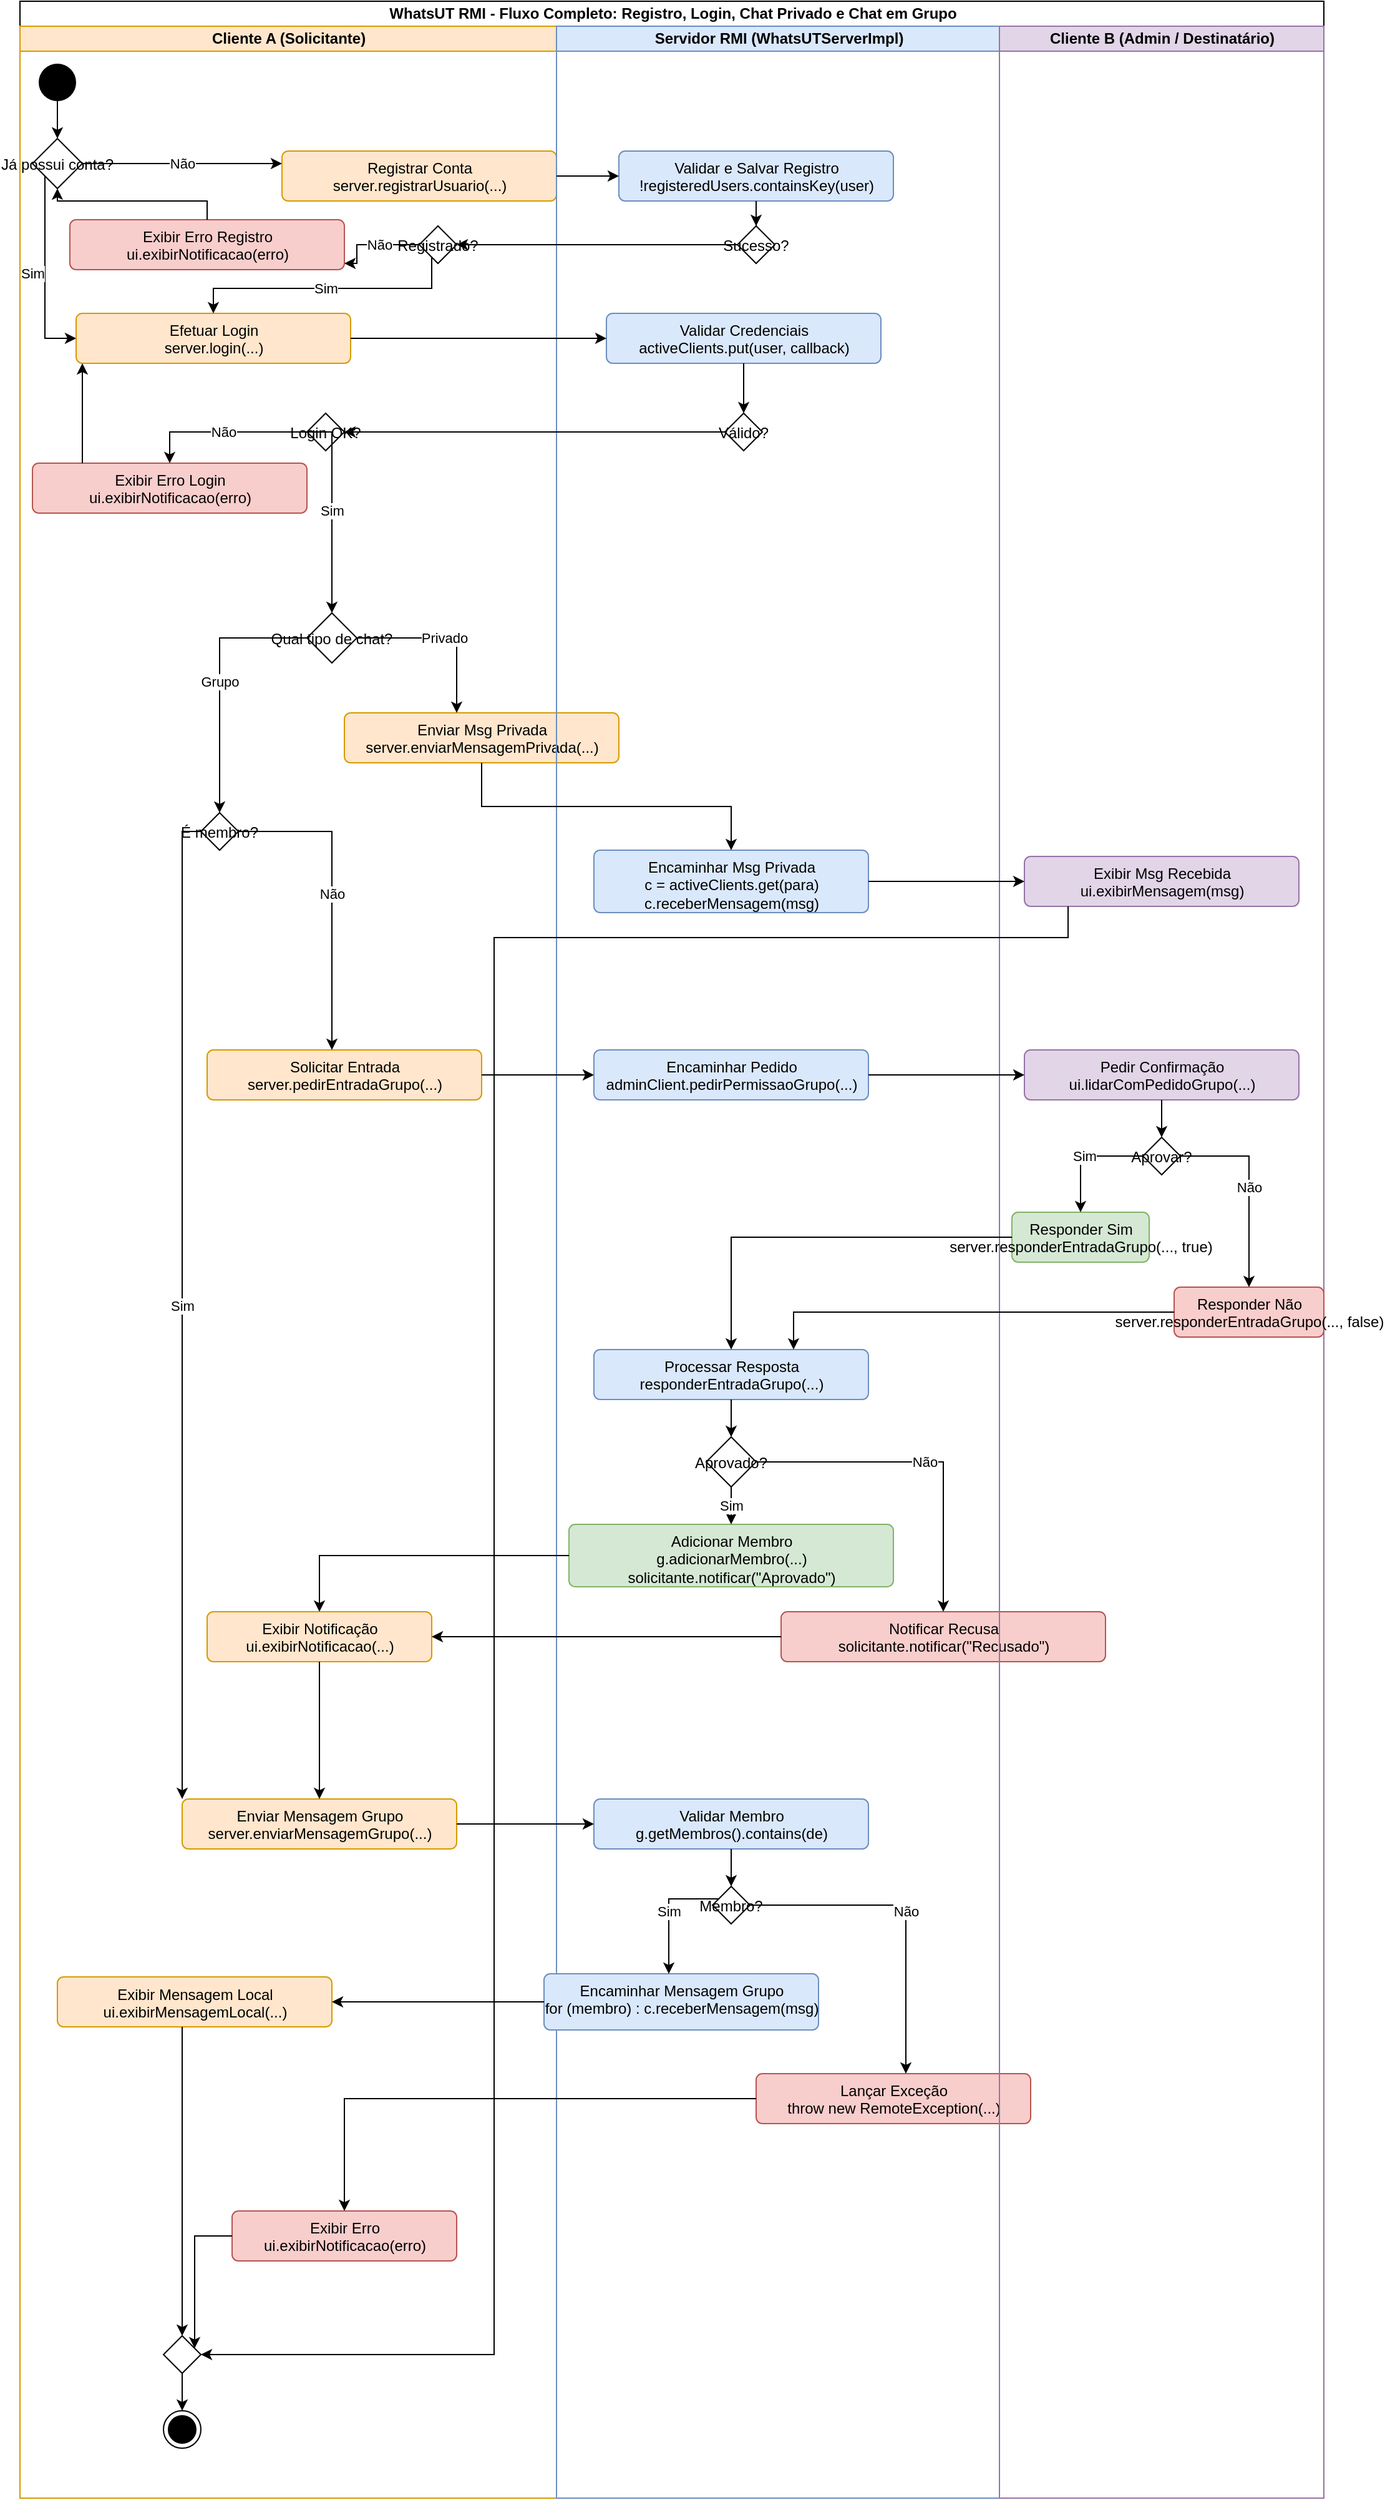
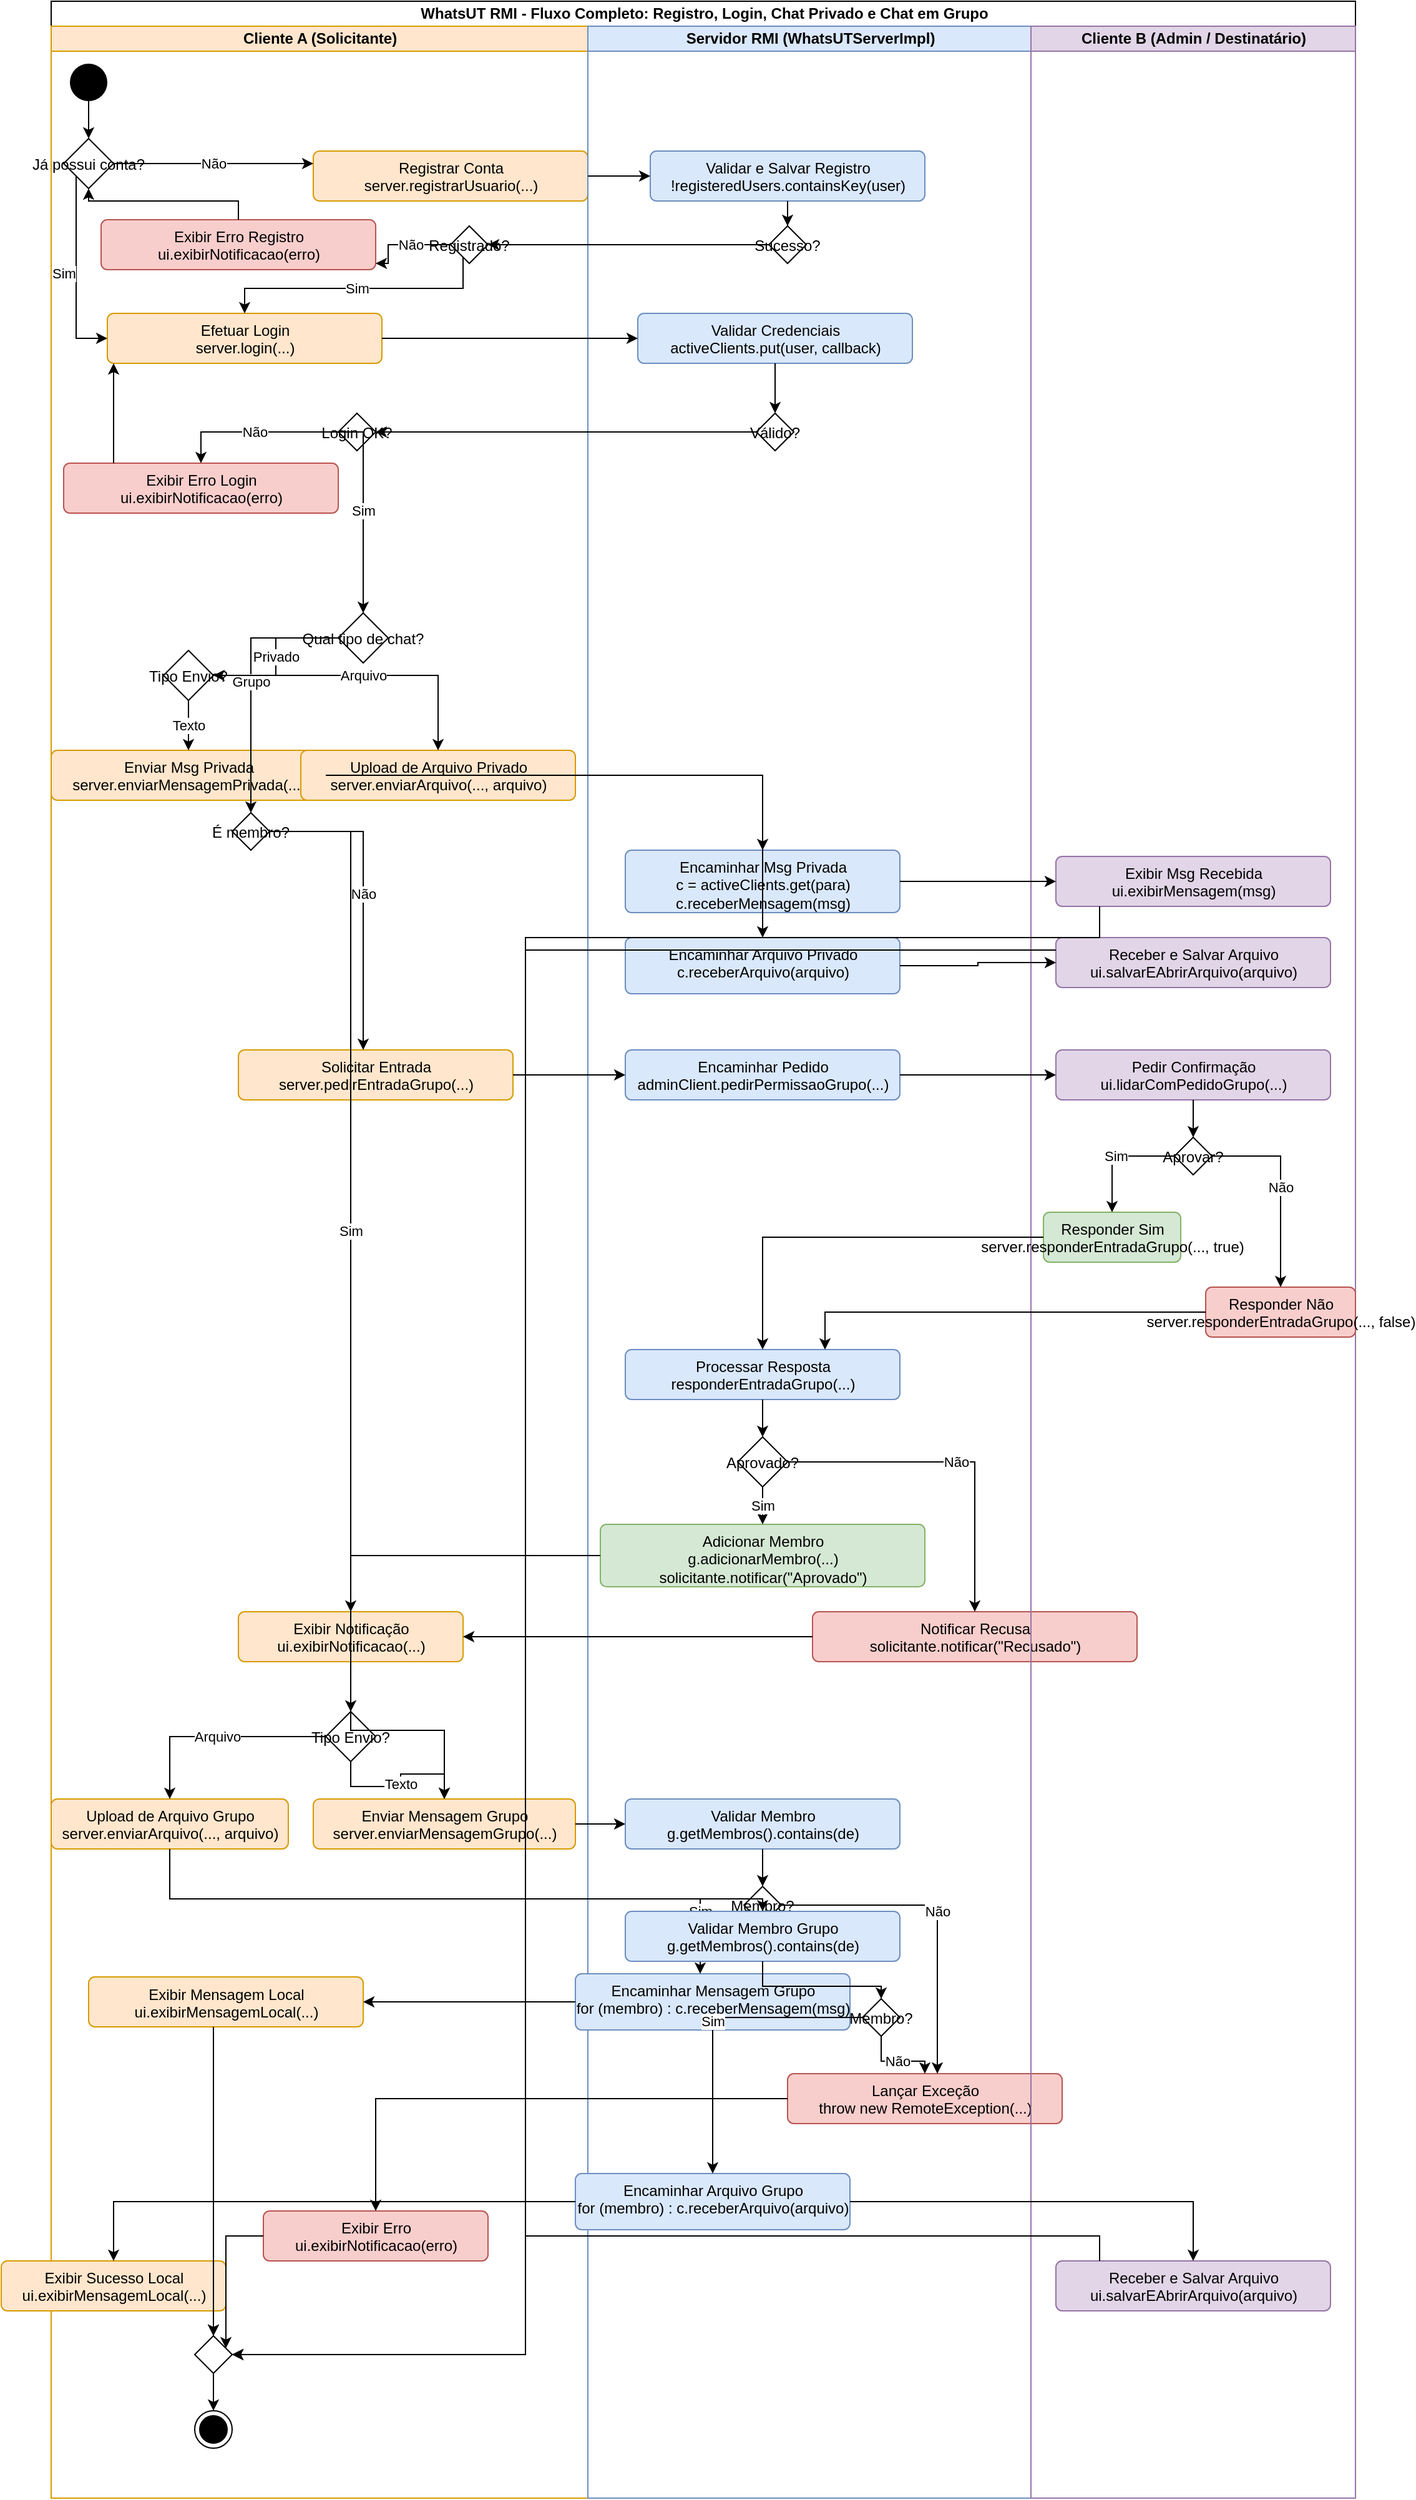
<mxfile host="65bd71144e" pages="1">
    <diagram id="whatsut_activity" name="Activity Diagram">
-         <mxGraphModel dx="949" dy="611" grid="1" gridSize="10" guides="1" tooltips="1" connect="1" arrows="1" fold="1" page="1" pageScale="1" pageWidth="900" pageHeight="2050" math="0" shadow="0">
+         <mxGraphModel dx="2016" dy="719" grid="1" gridSize="10" guides="1" tooltips="1" connect="1" arrows="1" fold="1" page="1" pageScale="1" pageWidth="900" pageHeight="2050" math="0" shadow="0">
            <root>
                <mxCell id="0"/>
                <mxCell id="1" parent="0"/>
                <mxCell id="swimlanes" value="WhatsUT RMI - Fluxo Completo: Registro, Login, Chat Privado e Chat em Grupo" style="swimlane;childLayout=stackLayout;resizeParent=1;resizeParentMax=0;startSize=20;html=1;horizontalStack=1;" parent="1" vertex="1">
                    <mxGeometry x="30" y="40" width="1045" height="2000" as="geometry"/>
                </mxCell>
                <mxCell id="lane_clientA" value="Cliente A (Solicitante)" style="swimlane;startSize=20;html=1;fillColor=#ffe6cc;strokeColor=#d79b00;" parent="swimlanes" vertex="1">
                    <mxGeometry y="20" width="430" height="1980" as="geometry"/>
                </mxCell>
                <mxCell id="actA_start" value="Start" style="ellipse;fillColor=#000000;strokeColor=none;" parent="lane_clientA" vertex="1">
                    <mxGeometry x="15" y="30" width="30" height="30" as="geometry"/>
                </mxCell>
                <mxCell id="decA_hasAccount" value="Já possui conta?" style="rhombus;" parent="lane_clientA" vertex="1">
                    <mxGeometry x="10" y="90" width="40" height="40" as="geometry"/>
                </mxCell>
                <mxCell id="actA_register" value="Registrar Conta&#xa;server.registrarUsuario(...)" style="html=1;align=center;verticalAlign=top;rounded=1;absoluteArcSize=1;arcSize=10;fillColor=#ffe6cc;strokeColor=#d79b00;" parent="lane_clientA" vertex="1">
                    <mxGeometry x="210" y="100" width="220" height="40" as="geometry"/>
                </mxCell>
                <mxCell id="decA_regOk" value="Registrado?" style="rhombus;" parent="lane_clientA" vertex="1">
                    <mxGeometry x="320" y="160" width="30" height="30" as="geometry"/>
                </mxCell>
                <mxCell id="actA_login" value="Efetuar Login&#xa;server.login(...)" style="html=1;align=center;verticalAlign=top;rounded=1;absoluteArcSize=1;arcSize=10;fillColor=#ffe6cc;strokeColor=#d79b00;" parent="lane_clientA" vertex="1">
                    <mxGeometry x="45" y="230" width="220" height="40" as="geometry"/>
                </mxCell>
                <mxCell id="decA_loginOk" value="Login OK?" style="rhombus;" parent="lane_clientA" vertex="1">
                    <mxGeometry x="230" y="310" width="30" height="30" as="geometry"/>
                </mxCell>
                <mxCell id="decA_action" value="Qual tipo de chat?" style="rhombus;" parent="lane_clientA" vertex="1">
                    <mxGeometry x="230" y="470" width="40" height="40" as="geometry"/>
                </mxCell>
                <mxCell id="actA_privMsg" value="Enviar Msg Privada&#xa;server.enviarMensagemPrivada(...)" style="html=1;align=center;verticalAlign=top;rounded=1;absoluteArcSize=1;arcSize=10;fillColor=#ffe6cc;strokeColor=#d79b00;" parent="lane_clientA" vertex="1">
-                     <mxGeometry x="260" y="550" width="220" height="40" as="geometry"/>
+                     <mxGeometry y="580" width="220" height="40" as="geometry"/>
                </mxCell>
                <mxCell id="decA_isGrpMember" value="É membro?" style="rhombus;" parent="lane_clientA" vertex="1">
                    <mxGeometry x="145" y="630" width="30" height="30" as="geometry"/>
                </mxCell>
                <mxCell id="actA_req" value="Solicitar Entrada&#xa;server.pedirEntradaGrupo(...)" style="html=1;align=center;verticalAlign=top;rounded=1;absoluteArcSize=1;arcSize=10;fillColor=#ffe6cc;strokeColor=#d79b00;" parent="lane_clientA" vertex="1">
                    <mxGeometry x="150" y="820" width="220" height="40" as="geometry"/>
                </mxCell>
                <mxCell id="actA_notify" value="Exibir Notificação&#xa;ui.exibirNotificacao(...)" style="html=1;align=center;verticalAlign=top;rounded=1;absoluteArcSize=1;arcSize=10;fillColor=#ffe6cc;strokeColor=#d79b00;" parent="lane_clientA" vertex="1">
                    <mxGeometry x="150" y="1270" width="180" height="40" as="geometry"/>
                </mxCell>
                <mxCell id="actA_msg" value="Enviar Mensagem Grupo&#xa;server.enviarMensagemGrupo(...)" style="html=1;align=center;verticalAlign=top;rounded=1;absoluteArcSize=1;arcSize=10;fillColor=#ffe6cc;strokeColor=#d79b00;" parent="lane_clientA" vertex="1">
-                     <mxGeometry x="130" y="1420" width="220" height="40" as="geometry"/>
+                     <mxGeometry x="210" y="1420" width="210" height="40" as="geometry"/>
                </mxCell>
                <mxCell id="actA_success" value="Exibir Mensagem Local&#xa;ui.exibirMensagemLocal(...)" style="html=1;align=center;verticalAlign=top;rounded=1;absoluteArcSize=1;arcSize=10;fillColor=#ffe6cc;strokeColor=#d79b00;" parent="lane_clientA" vertex="1">
                    <mxGeometry x="30" y="1562.5" width="220" height="40" as="geometry"/>
                </mxCell>
                <mxCell id="actA_error" value="Exibir Erro&#xa;ui.exibirNotificacao(erro)" style="html=1;align=center;verticalAlign=top;rounded=1;absoluteArcSize=1;arcSize=10;fillColor=#f8cecc;strokeColor=#b85450;" parent="lane_clientA" vertex="1">
                    <mxGeometry x="170" y="1750" width="180" height="40" as="geometry"/>
                </mxCell>
                <mxCell id="mergeA_end" value="" style="rhombus;" parent="lane_clientA" vertex="1">
                    <mxGeometry x="115" y="1850" width="30" height="30" as="geometry"/>
                </mxCell>
                <mxCell id="actA_end" value="End" style="ellipse;html=1;shape=endState;fillColor=#000000;strokeColor=#000000;" parent="lane_clientA" vertex="1">
                    <mxGeometry x="115" y="1910" width="30" height="30" as="geometry"/>
                </mxCell>
                <mxCell id="actA_regFail" value="Exibir Erro Registro&#xa;ui.exibirNotificacao(erro)" style="html=1;align=center;verticalAlign=top;rounded=1;absoluteArcSize=1;arcSize=10;fillColor=#f8cecc;strokeColor=#b85450;" parent="lane_clientA" vertex="1">
                    <mxGeometry x="40" y="155" width="220" height="40" as="geometry"/>
                </mxCell>
                <mxCell id="e_decRegOk_no" value="Não" style="edgeStyle=orthogonalEdgeStyle;rounded=0;orthogonalLoop=1;jettySize=auto;html=1;" parent="lane_clientA" source="decA_regOk" target="actA_regFail" edge="1">
                    <mxGeometry x="-0.1426" relative="1" as="geometry">
                        <Array as="points">
                            <mxPoint x="270" y="175"/>
                            <mxPoint x="270" y="190"/>
                        </Array>
                        <mxPoint as="offset"/>
                    </mxGeometry>
                </mxCell>
                <mxCell id="e_regFail_to_hasAccount" style="edgeStyle=orthogonalEdgeStyle;rounded=0;orthogonalLoop=1;jettySize=auto;html=1;" parent="lane_clientA" source="actA_regFail" target="decA_hasAccount" edge="1">
                    <mxGeometry relative="1" as="geometry">
                        <Array as="points">
                            <mxPoint x="150" y="140"/>
                        </Array>
                    </mxGeometry>
                </mxCell>
                <mxCell id="actA_loginFail" value="Exibir Erro Login&#xa;ui.exibirNotificacao(erro)" style="html=1;align=center;verticalAlign=top;rounded=1;absoluteArcSize=1;arcSize=10;fillColor=#f8cecc;strokeColor=#b85450;" parent="lane_clientA" vertex="1">
                    <mxGeometry x="10" y="350" width="220" height="40" as="geometry"/>
                </mxCell>
                <mxCell id="e_decLoginOk_no" value="Não" style="edgeStyle=orthogonalEdgeStyle;rounded=0;orthogonalLoop=1;jettySize=auto;html=1;" parent="lane_clientA" source="decA_loginOk" edge="1">
                    <mxGeometry relative="1" as="geometry">
                        <mxPoint x="120" y="350" as="targetPoint"/>
                        <Array as="points">
                            <mxPoint x="120" y="325"/>
                            <mxPoint x="120" y="350"/>
                        </Array>
                    </mxGeometry>
                </mxCell>
                <mxCell id="e_loginFail_to_login" style="edgeStyle=orthogonalEdgeStyle;rounded=0;orthogonalLoop=1;jettySize=auto;html=1;" parent="lane_clientA" source="actA_loginFail" target="actA_login" edge="1">
                    <mxGeometry relative="1" as="geometry">
                        <Array as="points">
                            <mxPoint x="50" y="330"/>
                            <mxPoint x="50" y="330"/>
                        </Array>
                    </mxGeometry>
                </mxCell>
                <mxCell id="e_decLoginOk_yes" value="Sim" style="edgeStyle=orthogonalEdgeStyle;rounded=0;orthogonalLoop=1;jettySize=auto;html=1;exitX=0;exitY=0.5;exitDx=0;exitDy=0;entryX=0.5;entryY=0;entryDx=0;entryDy=0;" parent="lane_clientA" source="decA_loginOk" target="decA_action" edge="1">
                    <mxGeometry relative="1" as="geometry">
                        <mxPoint x="240" y="364.97" as="sourcePoint"/>
                        <mxPoint x="140.030303030303" y="620.000303030303" as="targetPoint"/>
                        <Array as="points">
                            <mxPoint x="250" y="325"/>
                        </Array>
                    </mxGeometry>
                </mxCell>
+                 <mxCell id="decA_privChoice" value="Tipo Envio?" style="rhombus;" parent="lane_clientA" vertex="1">
+                     <mxGeometry x="90" y="500" width="40" height="40" as="geometry"/>
+                 </mxCell>
+                 <mxCell id="decA_grpChoice" value="Tipo Envio?" style="rhombus;" parent="lane_clientA" vertex="1">
+                     <mxGeometry x="220" y="1350" width="40" height="40" as="geometry"/>
+                 </mxCell>
+                 <mxCell id="actA_privFile" value="Upload de Arquivo Privado&#xa;server.enviarArquivo(..., arquivo)" style="html=1;align=center;verticalAlign=top;rounded=1;absoluteArcSize=1;arcSize=10;fillColor=#ffe6cc;strokeColor=#d79b00;" parent="lane_clientA" vertex="1">
+                     <mxGeometry x="200" y="580" width="220" height="40" as="geometry"/>
+                 </mxCell>
+                 <mxCell id="actA_grpFile" value="Upload de Arquivo Grupo&#xa;server.enviarArquivo(..., arquivo)" style="html=1;align=center;verticalAlign=top;rounded=1;absoluteArcSize=1;arcSize=10;fillColor=#ffe6cc;strokeColor=#d79b00;" parent="lane_clientA" vertex="1">
+                     <mxGeometry y="1420" width="190" height="40" as="geometry"/>
+                 </mxCell>
+                 <mxCell id="actA_successGrpFile" value="Exibir Sucesso Local&#xa;ui.exibirMensagemLocal(...)" style="html=1;align=center;verticalAlign=top;rounded=1;absoluteArcSize=1;arcSize=10;fillColor=#ffe6cc;strokeColor=#d79b00;" parent="lane_clientA" vertex="1">
+                     <mxGeometry x="-40" y="1790" width="180" height="40" as="geometry"/>
+                 </mxCell>
                <mxCell id="lane_server" value="Servidor RMI (WhatsUTServerImpl)" style="swimlane;startSize=20;html=1;fillColor=#dae8fc;strokeColor=#6c8ebf;" parent="swimlanes" vertex="1">
                    <mxGeometry x="430" y="20" width="355" height="1980" as="geometry"/>
                </mxCell>
                <mxCell id="actS_register" value="Validar e Salvar Registro&#xa;!registeredUsers.containsKey(user)" style="html=1;align=center;verticalAlign=top;rounded=1;absoluteArcSize=1;arcSize=10;fillColor=#dae8fc;strokeColor=#6c8ebf;" parent="lane_server" vertex="1">
                    <mxGeometry x="50" y="100" width="220" height="40" as="geometry"/>
                </mxCell>
                <mxCell id="decS_regOk" value="Sucesso?" style="rhombus;" parent="lane_server" vertex="1">
                    <mxGeometry x="145" y="160" width="30" height="30" as="geometry"/>
                </mxCell>
                <mxCell id="actS_login" value="Validar Credenciais&#xa;activeClients.put(user, callback)" style="html=1;align=center;verticalAlign=top;rounded=1;absoluteArcSize=1;arcSize=10;fillColor=#dae8fc;strokeColor=#6c8ebf;" parent="lane_server" vertex="1">
                    <mxGeometry x="40" y="230" width="220" height="40" as="geometry"/>
                </mxCell>
                <mxCell id="decS_loginOk" value="Válido?" style="rhombus;" parent="lane_server" vertex="1">
                    <mxGeometry x="135" y="310" width="30" height="30" as="geometry"/>
                </mxCell>
                <mxCell id="actS_forwardPriv" value="Encaminhar Msg Privada&#xa;c = activeClients.get(para)&#xa;c.receberMensagem(msg)" style="html=1;align=center;verticalAlign=top;rounded=1;absoluteArcSize=1;arcSize=10;fillColor=#dae8fc;strokeColor=#6c8ebf;" parent="lane_server" vertex="1">
                    <mxGeometry x="30" y="660" width="220" height="50" as="geometry"/>
                </mxCell>
                <mxCell id="actS_req" value="Encaminhar Pedido&#xa;adminClient.pedirPermissaoGrupo(...)" style="html=1;align=center;verticalAlign=top;rounded=1;absoluteArcSize=1;arcSize=10;fillColor=#dae8fc;strokeColor=#6c8ebf;" parent="lane_server" vertex="1">
                    <mxGeometry x="30" y="820" width="220" height="40" as="geometry"/>
                </mxCell>
                <mxCell id="actS_resp" value="Processar Resposta&#xa;responderEntradaGrupo(...)" style="html=1;align=center;verticalAlign=top;rounded=1;absoluteArcSize=1;arcSize=10;fillColor=#dae8fc;strokeColor=#6c8ebf;" parent="lane_server" vertex="1">
                    <mxGeometry x="30" y="1060" width="220" height="40" as="geometry"/>
                </mxCell>
                <mxCell id="decS_approved" value="Aprovado?" style="rhombus;" parent="lane_server" vertex="1">
                    <mxGeometry x="120" y="1130" width="40" height="40" as="geometry"/>
                </mxCell>
                <mxCell id="actS_add" value="Adicionar Membro&#xa;g.adicionarMembro(...)&#xa;solicitante.notificar(&quot;Aprovado&quot;)" style="html=1;align=center;verticalAlign=top;rounded=1;absoluteArcSize=1;arcSize=10;fillColor=#d5e8d4;strokeColor=#82b366;" parent="lane_server" vertex="1">
                    <mxGeometry x="10" y="1200" width="260" height="50" as="geometry"/>
                </mxCell>
                <mxCell id="actS_reject" value="Notificar Recusa&#xa;solicitante.notificar(&quot;Recusado&quot;)" style="html=1;align=center;verticalAlign=top;rounded=1;absoluteArcSize=1;arcSize=10;fillColor=#f8cecc;strokeColor=#b85450;" parent="lane_server" vertex="1">
                    <mxGeometry x="180" y="1270" width="260" height="40" as="geometry"/>
                </mxCell>
                <mxCell id="actS_validate" value="Validar Membro&#xa;g.getMembros().contains(de)" style="html=1;align=center;verticalAlign=top;rounded=1;absoluteArcSize=1;arcSize=10;fillColor=#dae8fc;strokeColor=#6c8ebf;" parent="lane_server" vertex="1">
                    <mxGeometry x="30" y="1420" width="220" height="40" as="geometry"/>
                </mxCell>
                <mxCell id="decS_isMember" value="Membro?" style="rhombus;" parent="lane_server" vertex="1">
                    <mxGeometry x="125" y="1490" width="30" height="30" as="geometry"/>
                </mxCell>
                <mxCell id="actS_exception" value="Lançar Exceção&#xa;throw new RemoteException(...)" style="html=1;align=center;verticalAlign=top;rounded=1;absoluteArcSize=1;arcSize=10;fillColor=#f8cecc;strokeColor=#b85450;" parent="lane_server" vertex="1">
                    <mxGeometry x="160" y="1640" width="220" height="40" as="geometry"/>
                </mxCell>
                <mxCell id="actS_forward" value="Encaminhar Mensagem Grupo&#xa;for (membro) : c.receberMensagem(msg)" style="html=1;align=center;verticalAlign=top;rounded=1;absoluteArcSize=1;arcSize=10;fillColor=#dae8fc;strokeColor=#6c8ebf;" parent="lane_server" vertex="1">
                    <mxGeometry x="-10" y="1560" width="220" height="45" as="geometry"/>
                </mxCell>
                <mxCell id="e_isMember_yes_fwd" value="Sim" style="edgeStyle=orthogonalEdgeStyle;rounded=0;orthogonalLoop=1;jettySize=auto;html=1;" parent="lane_server" source="decS_isMember" target="actS_forward" edge="1">
                    <mxGeometry relative="1" as="geometry">
                        <Array as="points">
                            <mxPoint x="90" y="1500"/>
                        </Array>
                    </mxGeometry>
                </mxCell>
+                 <mxCell id="actS_forwardPrivFile" value="Encaminhar Arquivo Privado&#xa;c.receberArquivo(arquivo)" style="html=1;align=center;verticalAlign=top;rounded=1;absoluteArcSize=1;arcSize=10;fillColor=#dae8fc;strokeColor=#6c8ebf;" parent="lane_server" vertex="1">
+                     <mxGeometry x="30" y="730" width="220" height="45" as="geometry"/>
+                 </mxCell>
+                 <mxCell id="actS_validateGrpFile" value="Validar Membro Grupo&#xa;g.getMembros().contains(de)" style="html=1;align=center;verticalAlign=top;rounded=1;absoluteArcSize=1;arcSize=10;fillColor=#dae8fc;strokeColor=#6c8ebf;" parent="lane_server" vertex="1">
+                     <mxGeometry x="30" y="1510" width="220" height="40" as="geometry"/>
+                 </mxCell>
+                 <mxCell id="decS_isGrpFileMember" value="Membro?" style="rhombus;" parent="lane_server" vertex="1">
+                     <mxGeometry x="220" y="1580" width="30" height="30" as="geometry"/>
+                 </mxCell>
+                 <mxCell id="actS_forwardGrpFile" value="Encaminhar Arquivo Grupo&#xa;for (membro) : c.receberArquivo(arquivo)" style="html=1;align=center;verticalAlign=top;rounded=1;absoluteArcSize=1;arcSize=10;fillColor=#dae8fc;strokeColor=#6c8ebf;" parent="lane_server" vertex="1">
+                     <mxGeometry x="-10" y="1720" width="220" height="45" as="geometry"/>
+                 </mxCell>
                <mxCell id="lane_clientB" value="Cliente B (Admin / Destinatário)" style="swimlane;startSize=20;html=1;fillColor=#e1d5e7;strokeColor=#9673a6;" parent="swimlanes" vertex="1">
                    <mxGeometry x="785" y="20" width="260" height="1980" as="geometry"/>
                </mxCell>
                <mxCell id="actB_recvPriv" value="Exibir Msg Recebida&#xa;ui.exibirMensagem(msg)" style="html=1;align=center;verticalAlign=top;rounded=1;absoluteArcSize=1;arcSize=10;fillColor=#e1d5e7;strokeColor=#9673a6;" parent="lane_clientB" vertex="1">
                    <mxGeometry x="20" y="665" width="220" height="40" as="geometry"/>
                </mxCell>
                <mxCell id="actB_popup" value="Pedir Confirmação&#xa;ui.lidarComPedidoGrupo(...)" style="html=1;align=center;verticalAlign=top;rounded=1;absoluteArcSize=1;arcSize=10;fillColor=#e1d5e7;strokeColor=#9673a6;" parent="lane_clientB" vertex="1">
                    <mxGeometry x="20" y="820" width="220" height="40" as="geometry"/>
                </mxCell>
                <mxCell id="decB_approve" value="Aprovar?" style="rhombus;" parent="lane_clientB" vertex="1">
                    <mxGeometry x="115" y="890" width="30" height="30" as="geometry"/>
                </mxCell>
                <mxCell id="actB_yes" value="Responder Sim&#xa;server.responderEntradaGrupo(..., true)" style="html=1;align=center;verticalAlign=top;rounded=1;absoluteArcSize=1;arcSize=10;fillColor=#d5e8d4;strokeColor=#82b366;" parent="lane_clientB" vertex="1">
                    <mxGeometry x="10" y="950" width="110" height="40" as="geometry"/>
                </mxCell>
                <mxCell id="actB_no" value="Responder Não&#xa;server.responderEntradaGrupo(..., false)" style="html=1;align=center;verticalAlign=top;rounded=1;absoluteArcSize=1;arcSize=10;fillColor=#f8cecc;strokeColor=#b85450;" parent="lane_clientB" vertex="1">
                    <mxGeometry x="140" y="1010" width="120" height="40" as="geometry"/>
                </mxCell>
+                 <mxCell id="actB_recvPrivFile" value="Receber e Salvar Arquivo&#xa;ui.salvarEAbrirArquivo(arquivo)" style="html=1;align=center;verticalAlign=top;rounded=1;absoluteArcSize=1;arcSize=10;fillColor=#e1d5e7;strokeColor=#9673a6;" parent="lane_clientB" vertex="1">
+                     <mxGeometry x="20" y="730" width="220" height="40" as="geometry"/>
+                 </mxCell>
+                 <mxCell id="actB_downloadGrpFile" value="Receber e Salvar Arquivo&#xa;ui.salvarEAbrirArquivo(arquivo)" style="html=1;align=center;verticalAlign=top;rounded=1;absoluteArcSize=1;arcSize=10;fillColor=#e1d5e7;strokeColor=#9673a6;" parent="lane_clientB" vertex="1">
+                     <mxGeometry x="20" y="1790" width="220" height="40" as="geometry"/>
+                 </mxCell>
                <mxCell id="e_forward_to_success" style="edgeStyle=orthogonalEdgeStyle;rounded=0;orthogonalLoop=1;jettySize=auto;html=1;" parent="swimlanes" source="actS_forward" target="actA_success" edge="1">
                    <mxGeometry relative="1" as="geometry"/>
                </mxCell>
                <mxCell id="e_start_to_hasAccount" style="edgeStyle=orthogonalEdgeStyle;rounded=0;orthogonalLoop=1;jettySize=auto;html=1;" parent="1" source="actA_start" target="decA_hasAccount" edge="1">
                    <mxGeometry relative="1" as="geometry"/>
                </mxCell>
                <mxCell id="e_hasAccount_no" value="Não" style="edgeStyle=orthogonalEdgeStyle;rounded=0;orthogonalLoop=1;jettySize=auto;html=1;" parent="1" source="decA_hasAccount" target="actA_register" edge="1">
                    <mxGeometry relative="1" as="geometry">
                        <Array as="points">
                            <mxPoint x="260" y="160"/>
                            <mxPoint x="260" y="160"/>
                        </Array>
                    </mxGeometry>
                </mxCell>
                <mxCell id="e_register_to_server" style="edgeStyle=orthogonalEdgeStyle;rounded=0;orthogonalLoop=1;jettySize=auto;html=1;" parent="1" source="actA_register" target="actS_register" edge="1">
                    <mxGeometry relative="1" as="geometry"/>
                </mxCell>
                <mxCell id="e_server_to_decReg" style="edgeStyle=orthogonalEdgeStyle;rounded=0;orthogonalLoop=1;jettySize=auto;html=1;" parent="1" source="actS_register" target="decS_regOk" edge="1">
                    <mxGeometry relative="1" as="geometry"/>
                </mxCell>
                <mxCell id="e_decReg_to_clientDec" style="edgeStyle=orthogonalEdgeStyle;rounded=0;orthogonalLoop=1;jettySize=auto;html=1;" parent="1" source="decS_regOk" target="decA_regOk" edge="1">
                    <mxGeometry relative="1" as="geometry"/>
                </mxCell>
                <mxCell id="e_decRegOk_yes" value="Sim" style="edgeStyle=orthogonalEdgeStyle;rounded=0;orthogonalLoop=1;jettySize=auto;html=1;" parent="1" source="decA_regOk" target="actA_login" edge="1">
                    <mxGeometry relative="1" as="geometry">
                        <Array as="points">
                            <mxPoint x="360" y="270"/>
                            <mxPoint x="185" y="270"/>
                        </Array>
                    </mxGeometry>
                </mxCell>
                <mxCell id="e_hasAccount_yes" value="Sim" style="edgeStyle=orthogonalEdgeStyle;rounded=0;orthogonalLoop=1;jettySize=auto;html=1;" parent="1" source="decA_hasAccount" target="actA_login" edge="1">
                    <mxGeometry x="0.0003" y="-10" relative="1" as="geometry">
                        <Array as="points">
                            <mxPoint x="50" y="310"/>
                        </Array>
                        <mxPoint as="offset"/>
                    </mxGeometry>
                </mxCell>
                <mxCell id="e_login_to_server" style="edgeStyle=orthogonalEdgeStyle;rounded=0;orthogonalLoop=1;jettySize=auto;html=1;" parent="1" source="actA_login" target="actS_login" edge="1">
                    <mxGeometry relative="1" as="geometry"/>
                </mxCell>
                <mxCell id="e_server_to_decLogin" style="edgeStyle=orthogonalEdgeStyle;rounded=0;orthogonalLoop=1;jettySize=auto;html=1;" parent="1" source="actS_login" target="decS_loginOk" edge="1">
                    <mxGeometry relative="1" as="geometry"/>
                </mxCell>
                <mxCell id="e_decLogin_to_clientDec" style="edgeStyle=orthogonalEdgeStyle;rounded=0;orthogonalLoop=1;jettySize=auto;html=1;" parent="1" source="decS_loginOk" target="decA_loginOk" edge="1">
                    <mxGeometry relative="1" as="geometry">
                        <Array as="points">
                            <mxPoint x="320" y="385"/>
                            <mxPoint x="320" y="385"/>
                        </Array>
                    </mxGeometry>
                </mxCell>
-                 <mxCell id="e_action_priv" value="Privado" style="edgeStyle=orthogonalEdgeStyle;rounded=0;orthogonalLoop=1;jettySize=auto;html=1;" parent="1" source="decA_action" target="actA_privMsg" edge="1">
-                     <mxGeometry relative="1" as="geometry">
-                         <Array as="points">
-                             <mxPoint x="380" y="550"/>
-                         </Array>
-                     </mxGeometry>
+                 <mxCell id="e_action_priv" value="Privado" style="edgeStyle=orthogonalEdgeStyle;rounded=0;orthogonalLoop=1;jettySize=auto;html=1;" parent="1" source="decA_action" target="decA_privChoice" edge="1">
+                     <mxGeometry relative="1" as="geometry"/>
                </mxCell>
                <mxCell id="e_action_group" value="Grupo" style="edgeStyle=orthogonalEdgeStyle;rounded=0;orthogonalLoop=1;jettySize=auto;html=1;" parent="1" source="decA_action" target="decA_isGrpMember" edge="1">
                    <mxGeometry relative="1" as="geometry">
                        <Array as="points">
                            <mxPoint x="190" y="550"/>
                        </Array>
                    </mxGeometry>
                </mxCell>
                <mxCell id="e_privMsg_to_server" style="edgeStyle=orthogonalEdgeStyle;rounded=0;orthogonalLoop=1;jettySize=auto;html=1;" parent="1" source="actA_privMsg" target="actS_forwardPriv" edge="1">
                    <mxGeometry relative="1" as="geometry"/>
                </mxCell>
                <mxCell id="e_server_to_recvPriv" style="edgeStyle=orthogonalEdgeStyle;rounded=0;orthogonalLoop=1;jettySize=auto;html=1;" parent="1" source="actS_forwardPriv" target="actB_recvPriv" edge="1">
                    <mxGeometry relative="1" as="geometry"/>
                </mxCell>
                <mxCell id="e_recvPriv_to_merge" style="edgeStyle=orthogonalEdgeStyle;rounded=0;orthogonalLoop=1;jettySize=auto;html=1;" parent="1" source="actB_recvPriv" target="mergeA_end" edge="1">
                    <mxGeometry relative="1" as="geometry">
                        <Array as="points">
                            <mxPoint x="870" y="790"/>
                            <mxPoint x="410" y="790"/>
                            <mxPoint x="410" y="1925"/>
                        </Array>
                    </mxGeometry>
                </mxCell>
                <mxCell id="e_isMember_no" value="Não" style="edgeStyle=orthogonalEdgeStyle;rounded=0;orthogonalLoop=1;jettySize=auto;html=1;" parent="1" source="decA_isGrpMember" target="actA_req" edge="1">
                    <mxGeometry relative="1" as="geometry">
                        <Array as="points">
                            <mxPoint x="280" y="705"/>
                        </Array>
                    </mxGeometry>
                </mxCell>
-                 <mxCell id="e_isMember_yes" value="Sim" style="edgeStyle=orthogonalEdgeStyle;rounded=0;orthogonalLoop=1;jettySize=auto;html=1;" parent="1" source="decA_isGrpMember" target="actA_msg" edge="1">
-                     <mxGeometry relative="1" as="geometry">
-                         <Array as="points">
-                             <mxPoint x="160" y="705"/>
-                         </Array>
-                     </mxGeometry>
+                 <mxCell id="e_isMember_yes" value="Sim" style="edgeStyle=orthogonalEdgeStyle;rounded=0;orthogonalLoop=1;jettySize=auto;html=1;" parent="1" source="decA_isGrpMember" target="decA_grpChoice" edge="1">
+                     <mxGeometry relative="1" as="geometry"/>
                </mxCell>
                <mxCell id="e_req_to_server" style="edgeStyle=orthogonalEdgeStyle;rounded=0;orthogonalLoop=1;jettySize=auto;html=1;" parent="1" source="actA_req" target="actS_req" edge="1">
                    <mxGeometry relative="1" as="geometry"/>
                </mxCell>
                <mxCell id="e_server_to_popup" style="edgeStyle=orthogonalEdgeStyle;rounded=0;orthogonalLoop=1;jettySize=auto;html=1;" parent="1" source="actS_req" target="actB_popup" edge="1">
                    <mxGeometry relative="1" as="geometry"/>
                </mxCell>
                <mxCell id="e_popup_to_decApprove" style="edgeStyle=orthogonalEdgeStyle;rounded=0;orthogonalLoop=1;jettySize=auto;html=1;" parent="1" source="actB_popup" target="decB_approve" edge="1">
                    <mxGeometry relative="1" as="geometry"/>
                </mxCell>
                <mxCell id="e_approve_yes" value="Sim" style="edgeStyle=orthogonalEdgeStyle;rounded=0;orthogonalLoop=1;jettySize=auto;html=1;" parent="1" source="decB_approve" target="actB_yes" edge="1">
                    <mxGeometry relative="1" as="geometry">
                        <Array as="points">
                            <mxPoint x="880" y="965"/>
                        </Array>
                    </mxGeometry>
                </mxCell>
                <mxCell id="e_approve_no" value="Não" style="edgeStyle=orthogonalEdgeStyle;rounded=0;orthogonalLoop=1;jettySize=auto;html=1;" parent="1" source="decB_approve" target="actB_no" edge="1">
                    <mxGeometry relative="1" as="geometry">
                        <Array as="points">
                            <mxPoint x="1015" y="965"/>
                        </Array>
                    </mxGeometry>
                </mxCell>
                <mxCell id="e_yes_to_server" style="edgeStyle=orthogonalEdgeStyle;rounded=0;orthogonalLoop=1;jettySize=auto;html=1;" parent="1" source="actB_yes" target="actS_resp" edge="1">
                    <mxGeometry relative="1" as="geometry"/>
                </mxCell>
                <mxCell id="e_no_to_server" style="edgeStyle=orthogonalEdgeStyle;rounded=0;orthogonalLoop=1;jettySize=auto;html=1;" parent="1" source="actB_no" target="actS_resp" edge="1">
                    <mxGeometry relative="1" as="geometry">
                        <Array as="points">
                            <mxPoint x="650" y="1090"/>
                        </Array>
                    </mxGeometry>
                </mxCell>
                <mxCell id="e_server_to_decApproved" style="edgeStyle=orthogonalEdgeStyle;rounded=0;orthogonalLoop=1;jettySize=auto;html=1;" parent="1" source="actS_resp" target="decS_approved" edge="1">
                    <mxGeometry relative="1" as="geometry"/>
                </mxCell>
                <mxCell id="e_approved_yes" value="Sim" style="edgeStyle=orthogonalEdgeStyle;rounded=0;orthogonalLoop=1;jettySize=auto;html=1;" parent="1" source="decS_approved" target="actS_add" edge="1">
                    <mxGeometry relative="1" as="geometry"/>
                </mxCell>
                <mxCell id="e_approved_no" value="Não" style="edgeStyle=orthogonalEdgeStyle;rounded=0;orthogonalLoop=1;jettySize=auto;html=1;" parent="1" source="decS_approved" target="actS_reject" edge="1">
                    <mxGeometry relative="1" as="geometry"/>
                </mxCell>
                <mxCell id="e_add_to_notify" style="edgeStyle=orthogonalEdgeStyle;rounded=0;orthogonalLoop=1;jettySize=auto;html=1;" parent="1" source="actS_add" target="actA_notify" edge="1">
                    <mxGeometry relative="1" as="geometry"/>
                </mxCell>
                <mxCell id="e_reject_to_notify" style="edgeStyle=orthogonalEdgeStyle;rounded=0;orthogonalLoop=1;jettySize=auto;html=1;" parent="1" source="actS_reject" target="actA_notify" edge="1">
                    <mxGeometry relative="1" as="geometry"/>
                </mxCell>
                <mxCell id="e_notify_to_msg" style="edgeStyle=orthogonalEdgeStyle;rounded=0;orthogonalLoop=1;jettySize=auto;html=1;" parent="1" source="actA_notify" target="actA_msg" edge="1">
                    <mxGeometry relative="1" as="geometry"/>
                </mxCell>
                <mxCell id="e_msg_to_validate" style="edgeStyle=orthogonalEdgeStyle;rounded=0;orthogonalLoop=1;jettySize=auto;html=1;" parent="1" source="actA_msg" target="actS_validate" edge="1">
                    <mxGeometry relative="1" as="geometry"/>
                </mxCell>
                <mxCell id="e_validate_to_decMember" style="edgeStyle=orthogonalEdgeStyle;rounded=0;orthogonalLoop=1;jettySize=auto;html=1;" parent="1" source="actS_validate" target="decS_isMember" edge="1">
                    <mxGeometry relative="1" as="geometry"/>
                </mxCell>
                <mxCell id="e_isMember_no_exc" value="Não" style="edgeStyle=orthogonalEdgeStyle;rounded=0;orthogonalLoop=1;jettySize=auto;html=1;" parent="1" source="decS_isMember" target="actS_exception" edge="1">
                    <mxGeometry relative="1" as="geometry">
                        <Array as="points">
                            <mxPoint x="740" y="1565"/>
                        </Array>
                    </mxGeometry>
                </mxCell>
                <mxCell id="e_exception_to_error" style="edgeStyle=orthogonalEdgeStyle;rounded=0;orthogonalLoop=1;jettySize=auto;html=1;" parent="1" source="actS_exception" target="actA_error" edge="1">
                    <mxGeometry relative="1" as="geometry"/>
                </mxCell>
                <mxCell id="e_success_to_merge" style="edgeStyle=orthogonalEdgeStyle;rounded=0;orthogonalLoop=1;jettySize=auto;html=1;" parent="1" source="actA_success" target="mergeA_end" edge="1">
                    <mxGeometry relative="1" as="geometry">
                        <Array as="points">
                            <mxPoint x="160" y="1700"/>
                            <mxPoint x="160" y="1700"/>
                        </Array>
                    </mxGeometry>
                </mxCell>
                <mxCell id="e_error_to_merge" style="edgeStyle=orthogonalEdgeStyle;rounded=0;orthogonalLoop=1;jettySize=auto;html=1;" parent="1" source="actA_error" target="mergeA_end" edge="1">
                    <mxGeometry relative="1" as="geometry">
                        <Array as="points">
                            <mxPoint x="170" y="1830"/>
                        </Array>
                    </mxGeometry>
                </mxCell>
                <mxCell id="e_merge_to_end" style="edgeStyle=orthogonalEdgeStyle;rounded=0;orthogonalLoop=1;jettySize=auto;html=1;" parent="1" source="mergeA_end" target="actA_end" edge="1">
                    <mxGeometry relative="1" as="geometry"/>
+                 </mxCell>
+                 <mxCell id="e_privChoice_msg" value="Texto" style="edgeStyle=orthogonalEdgeStyle;rounded=0;orthogonalLoop=1;jettySize=auto;html=1;" parent="1" source="decA_privChoice" target="actA_privMsg" edge="1">
+                     <mxGeometry relative="1" as="geometry"/>
+                 </mxCell>
+                 <mxCell id="e_privChoice_file" value="Arquivo" style="edgeStyle=orthogonalEdgeStyle;rounded=0;orthogonalLoop=1;jettySize=auto;html=1;" parent="1" source="decA_privChoice" target="actA_privFile" edge="1">
+                     <mxGeometry relative="1" as="geometry"/>
+                 </mxCell>
+                 <mxCell id="e_privFile_to_server" style="edgeStyle=orthogonalEdgeStyle;rounded=0;orthogonalLoop=1;jettySize=auto;html=1;" parent="1" source="actA_privFile" target="actS_forwardPrivFile" edge="1">
+                     <mxGeometry relative="1" as="geometry"/>
+                 </mxCell>
+                 <mxCell id="e_server_to_recvPrivFile" style="edgeStyle=orthogonalEdgeStyle;rounded=0;orthogonalLoop=1;jettySize=auto;html=1;" parent="1" source="actS_forwardPrivFile" target="actB_recvPrivFile" edge="1">
+                     <mxGeometry relative="1" as="geometry"/>
+                 </mxCell>
+                 <mxCell id="e_recvPrivFile_to_merge" style="edgeStyle=orthogonalEdgeStyle;rounded=0;orthogonalLoop=1;jettySize=auto;html=1;" parent="1" source="actB_recvPrivFile" target="mergeA_end" edge="1">
+                     <mxGeometry relative="1" as="geometry">
+                         <Array as="points">
+                             <mxPoint x="870" y="800"/>
+                             <mxPoint x="410" y="800"/>
+                             <mxPoint x="410" y="1925"/>
+                         </Array>
+                     </mxGeometry>
+                 </mxCell>
+                 <mxCell id="e_grpChoice_msg" value="Texto" style="edgeStyle=orthogonalEdgeStyle;rounded=0;orthogonalLoop=1;jettySize=auto;html=1;" parent="1" source="decA_grpChoice" target="actA_msg" edge="1">
+                     <mxGeometry relative="1" as="geometry"/>
+                 </mxCell>
+                 <mxCell id="e_grpChoice_file" value="Arquivo" style="edgeStyle=orthogonalEdgeStyle;rounded=0;orthogonalLoop=1;jettySize=auto;html=1;" parent="1" source="decA_grpChoice" target="actA_grpFile" edge="1">
+                     <mxGeometry relative="1" as="geometry"/>
+                 </mxCell>
+                 <mxCell id="e_grpFile_to_validate" style="edgeStyle=orthogonalEdgeStyle;rounded=0;orthogonalLoop=1;jettySize=auto;html=1;" parent="1" source="actA_grpFile" target="actS_validateGrpFile" edge="1">
+                     <mxGeometry relative="1" as="geometry">
+                         <Array as="points">
+                             <mxPoint x="125" y="1560"/>
+                             <mxPoint x="600" y="1560"/>
+                         </Array>
+                     </mxGeometry>
+                 </mxCell>
+                 <mxCell id="e_validate_to_decGrpFileMember" style="edgeStyle=orthogonalEdgeStyle;rounded=0;orthogonalLoop=1;jettySize=auto;html=1;" parent="1" source="actS_validateGrpFile" target="decS_isGrpFileMember" edge="1">
+                     <mxGeometry relative="1" as="geometry"/>
+                 </mxCell>
+                 <mxCell id="e_isGrpFileMember_no" value="Não" style="edgeStyle=orthogonalEdgeStyle;rounded=0;orthogonalLoop=1;jettySize=auto;html=1;" parent="1" source="decS_isGrpFileMember" target="actS_exception" edge="1">
+                     <mxGeometry relative="1" as="geometry"/>
+                 </mxCell>
+                 <mxCell id="e_isGrpFileMember_yes" value="Sim" style="edgeStyle=orthogonalEdgeStyle;rounded=0;orthogonalLoop=1;jettySize=auto;html=1;" parent="1" source="decS_isGrpFileMember" target="actS_forwardGrpFile" edge="1">
+                     <mxGeometry relative="1" as="geometry"/>
+                 </mxCell>
+                 <mxCell id="e_forwardGrpFile_to_success" style="edgeStyle=orthogonalEdgeStyle;rounded=0;orthogonalLoop=1;jettySize=auto;html=1;" parent="1" source="actS_forwardGrpFile" target="actA_successGrpFile" edge="1">
+                     <mxGeometry relative="1" as="geometry"/>
+                 </mxCell>
+                 <mxCell id="e_forwardGrpFile_to_download" style="edgeStyle=orthogonalEdgeStyle;rounded=0;orthogonalLoop=1;jettySize=auto;html=1;" parent="1" source="actS_forwardGrpFile" target="actB_downloadGrpFile" edge="1">
+                     <mxGeometry relative="1" as="geometry"/>
+                 </mxCell>
+                 <mxCell id="e_successGrpFile_to_merge" style="edgeStyle=orthogonalEdgeStyle;rounded=0;orthogonalLoop=1;jettySize=auto;html=1;" parent="1" source="actA_successGrpFile" target="mergeA_end" edge="1">
+                     <mxGeometry relative="1" as="geometry">
+                         <Array as="points">
+                             <mxPoint x="160" y="1830"/>
+                         </Array>
+                     </mxGeometry>
+                 </mxCell>
+                 <mxCell id="e_downloadGrpFile_to_merge" style="edgeStyle=orthogonalEdgeStyle;rounded=0;orthogonalLoop=1;jettySize=auto;html=1;" parent="1" source="actB_downloadGrpFile" target="mergeA_end" edge="1">
+                     <mxGeometry relative="1" as="geometry">
+                         <Array as="points">
+                             <mxPoint x="870" y="1830"/>
+                             <mxPoint x="410" y="1830"/>
+                             <mxPoint x="410" y="1925"/>
+                         </Array>
+                     </mxGeometry>
                </mxCell>
            </root>
        </mxGraphModel>
    </diagram>
</mxfile>